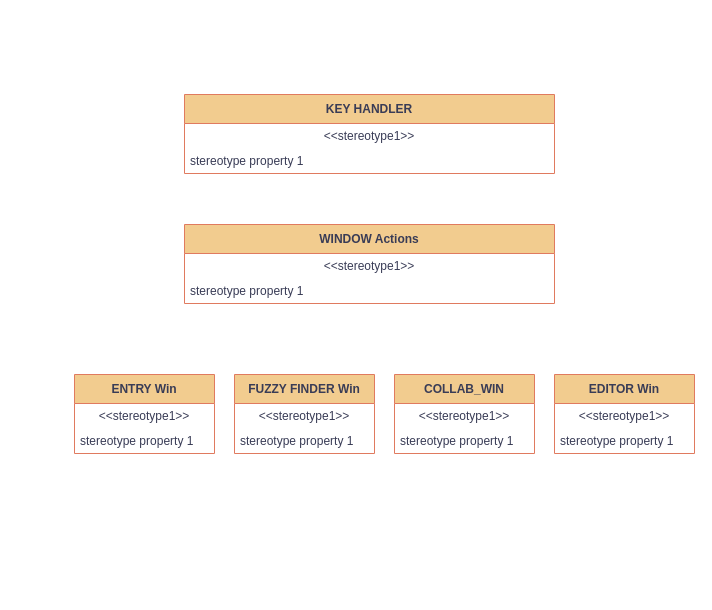
haktankyzc/te.cpp keeps this draw.io diagram as plan.drawio. Above is the earlier version. Source tidied: cells renumbered, new cells numbered last; positions are measured from the earlier drawing's top-left corner, leaving out a move shared by most shapes. Both pictures are drawn from the tidied source at 100%, with x=0, y=0 at pixel (74, 94).
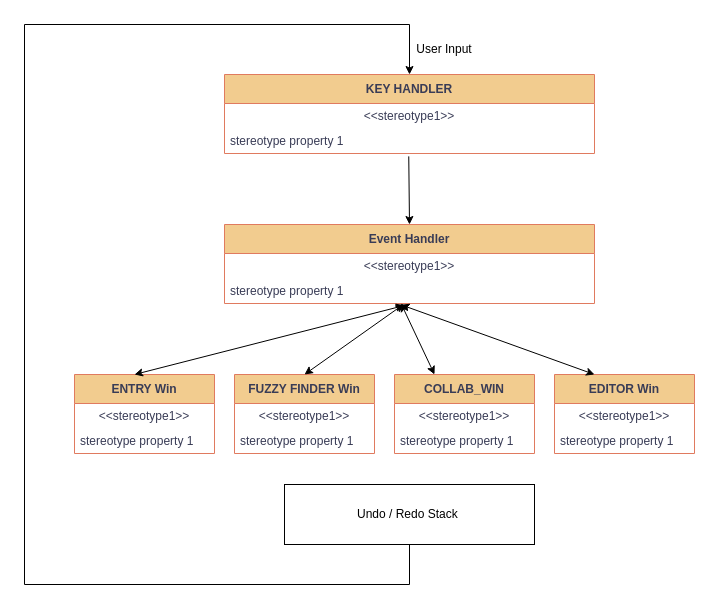
The same page after the edit.

The change refers to these unchanged cells:
```xml
<mxCell id="4" value="stereotype property 1" style="text;html=1;strokeColor=none;fillColor=none;align=left;verticalAlign=middle;spacingLeft=4;spacingRight=4;overflow=hidden;points=[[0,0.5],[1,0.5]];portConstraint=eastwest;whiteSpace=wrap;fontColor=#393C56;" parent="2" vertex="1">
  <mxGeometry y="54" width="370" height="25" as="geometry" />
</mxCell>
<mxCell id="19" value="stereotype property 1" style="text;html=1;strokeColor=none;fillColor=none;align=left;verticalAlign=middle;spacingLeft=4;spacingRight=4;overflow=hidden;points=[[0,0.5],[1,0.5]];portConstraint=eastwest;whiteSpace=wrap;fontColor=#393C56;" parent="17" vertex="1">
  <mxGeometry y="54" width="370" height="25" as="geometry" />
</mxCell>
```

The edit, as a diff of the source:
```diff
@@
     <mxCell id="2" value="KEY HANDLER" style="swimlane;fontStyle=1;align=center;verticalAlign=middle;horizontal=1;startSize=29;html=1;whiteSpace=wrap;strokeColor=#E07A5F;fontColor=#393C56;fillColor=#F2CC8F;" parent="1" vertex="1">
-      <mxGeometry x="110" width="370" height="79" as="geometry" />
+      <mxGeometry x="150" y="-20" width="370" height="79" as="geometry" />
     </mxCell>
@@
-    <mxCell id="17" value="WINDOW Actions" style="swimlane;fontStyle=1;align=center;verticalAlign=middle;horizontal=1;startSize=29;html=1;whiteSpace=wrap;strokeColor=#E07A5F;fontColor=#393C56;fillColor=#F2CC8F;" parent="1" vertex="1">
-      <mxGeometry x="110" y="130" width="370" height="79" as="geometry" />
+    <mxCell id="17" value="Event Handler" style="swimlane;fontStyle=1;align=center;verticalAlign=middle;horizontal=1;startSize=29;html=1;whiteSpace=wrap;strokeColor=#E07A5F;fontColor=#393C56;fillColor=#F2CC8F;" parent="1" vertex="1">
+      <mxGeometry x="150" y="130" width="370" height="79" as="geometry" />
     </mxCell>
@@
+    <mxCell id="20" style="endArrow=classic;startArrow=classic;html=1;rounded=0;entryX=0.486;entryY=1.08;entryDx=0;entryDy=0;entryPerimeter=0;" parent="1" edge="1" target="19">
+      <mxGeometry relative="1" as="geometry">
+        <mxPoint x="60" y="280" as="sourcePoint" />
+      </mxGeometry>
+    </mxCell>
+    <mxCell id="21" style="endArrow=classic;startArrow=classic;html=1;rounded=0;entryX=0.485;entryY=1.023;entryDx=0;entryDy=0;entryPerimeter=0;" parent="1" edge="1" target="19">
+      <mxGeometry relative="1" as="geometry">
+        <mxPoint x="230" y="280" as="sourcePoint" />
+      </mxGeometry>
+    </mxCell>
+    <mxCell id="22" style="endArrow=classic;startArrow=classic;html=1;rounded=0;entryX=0.477;entryY=0.995;entryDx=0;entryDy=0;entryPerimeter=0;" parent="1" edge="1" target="19">
+      <mxGeometry relative="1" as="geometry">
+        <mxPoint x="360" y="280" as="sourcePoint" />
+      </mxGeometry>
+    </mxCell>
+    <mxCell id="23" style="endArrow=classic;startArrow=classic;html=1;rounded=0;entryX=0.477;entryY=1.051;entryDx=0;entryDy=0;entryPerimeter=0;" parent="1" edge="1" target="19">
+      <mxGeometry relative="1" as="geometry">
+        <mxPoint x="520" y="280" as="sourcePoint" />
+      </mxGeometry>
+    </mxCell>
+    <mxCell id="24" style="endArrow=classic;html=1;rounded=0;exitX=0.498;exitY=1.115;exitDx=0;exitDy=0;exitPerimeter=0;entryX=0.5;entryY=0;entryDx=0;entryDy=0;" parent="1" edge="1" source="4" target="17">
+      <mxGeometry relative="1" as="geometry" />
+    </mxCell>
+    <mxCell id="25" style="endArrow=classic;html=1;rounded=0;entryX=0.5;entryY=0;entryDx=0;entryDy=0;exitX=0.5;exitY=1;exitDx=0;exitDy=0;" parent="1" edge="1" source="26" target="2">
+      <mxGeometry relative="1" as="geometry">
+        <Array as="points">
+          <mxPoint x="335" y="490" />
+          <mxPoint x="-50" y="490" />
+          <mxPoint x="-50" y="-70" />
+          <mxPoint x="335" y="-70" />
+        </Array>
+      </mxGeometry>
+    </mxCell>
+    <mxCell id="26" value="Undo / Redo Stack&amp;nbsp;" style="rounded=0;whiteSpace=wrap;html=1;" parent="1" vertex="1">
+      <mxGeometry x="210" y="390" width="250" height="60" as="geometry" />
+    </mxCell>
+    <mxCell id="27" value="User Input" style="text;html=1;align=center;verticalAlign=middle;whiteSpace=wrap;rounded=0;" parent="1" vertex="1">
+      <mxGeometry x="340" y="-60" width="60" height="30" as="geometry" />
+    </mxCell>
```
